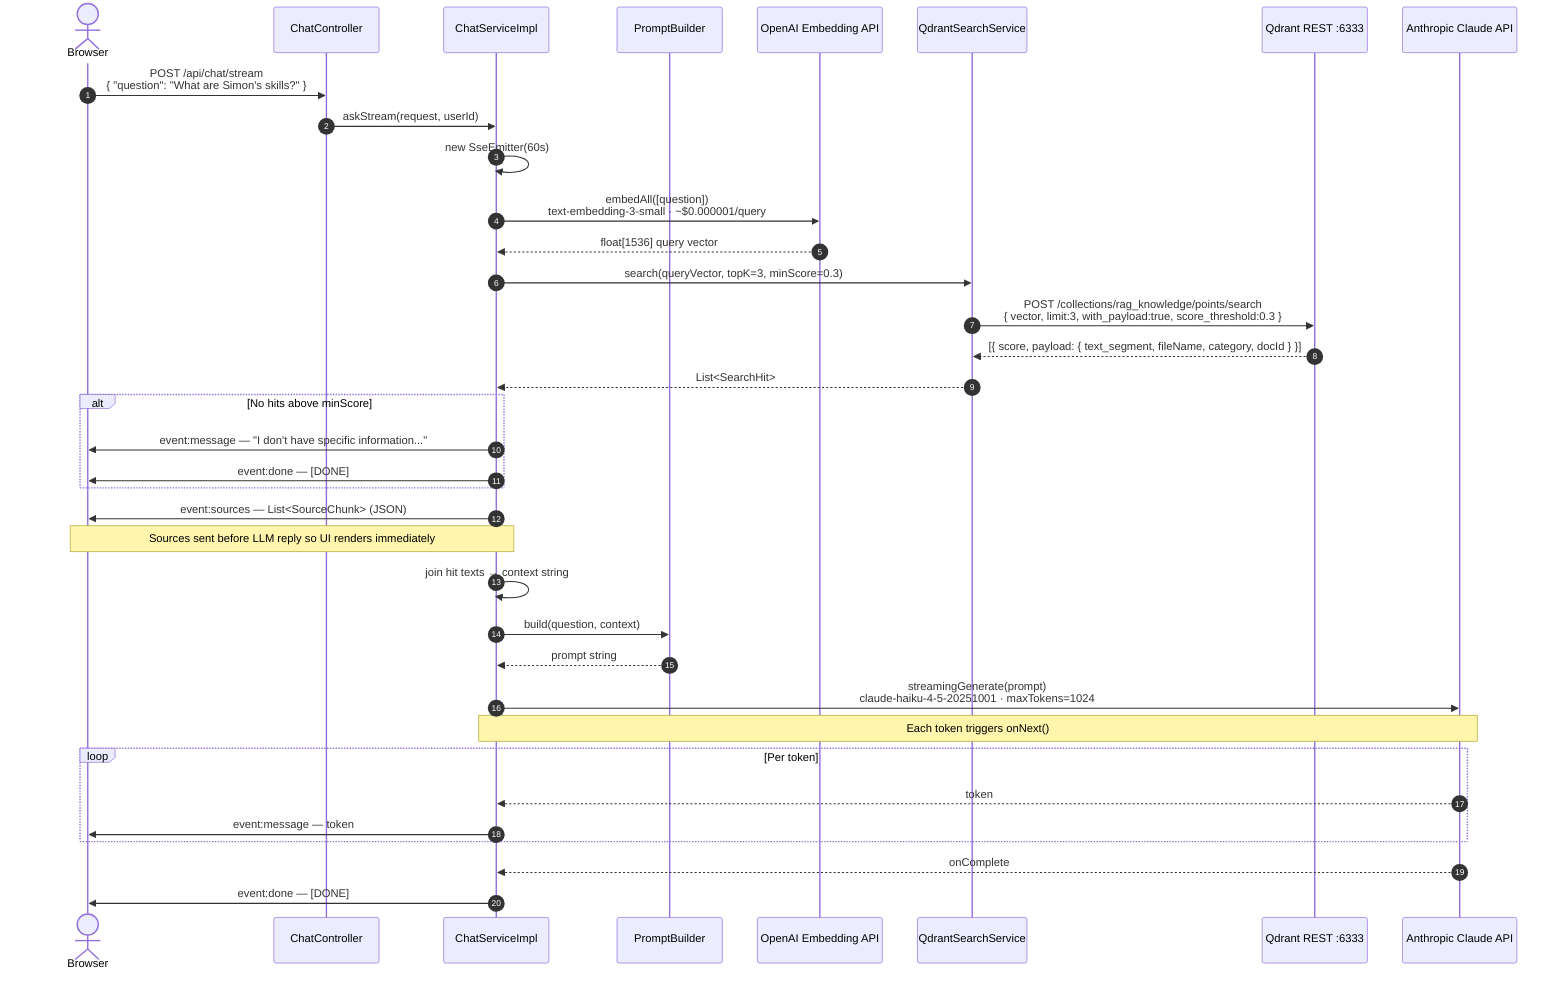
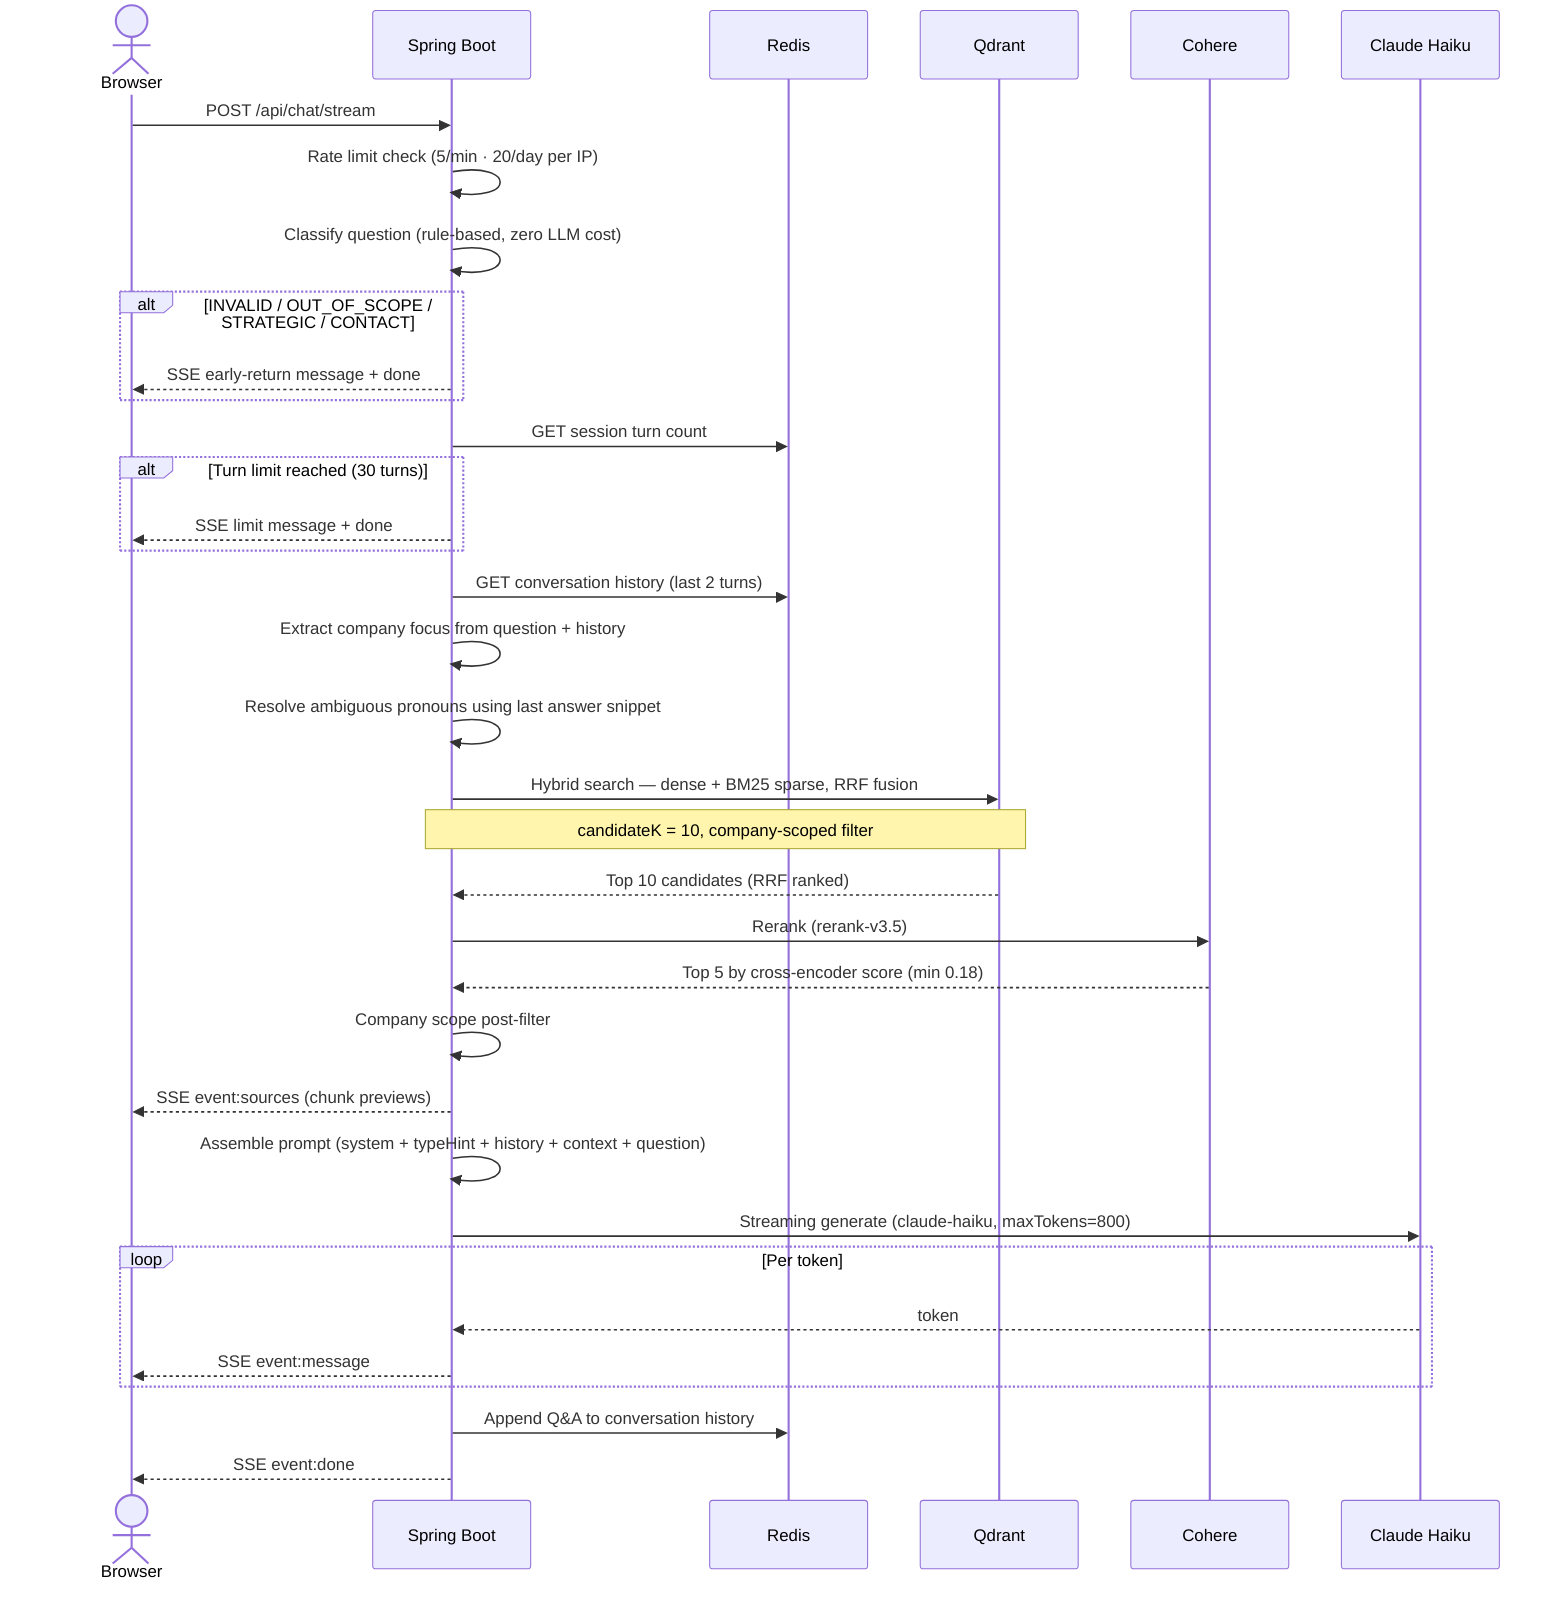
sequenceDiagram
-     autonumber
    actor Browser
-     participant CC as ChatController
-     participant CS as ChatServiceImpl
-     participant PB as PromptBuilder
-     participant OpenAI as OpenAI Embedding API
-     participant QS as QdrantSearchService
-     participant Qdrant as Qdrant REST :6333
-     participant Claude as Anthropic Claude API
+     participant API as Spring Boot
+     participant Redis
+     participant Qdrant
+     participant Cohere
+     participant Claude as Claude Haiku

-     Browser->>CC: POST /api/chat/stream<br/>{ "question": "What are Simon's skills?" }
-     CC->>CS: askStream(request, userId)
-     CS->>CS: new SseEmitter(60s)
+     Browser->>API: POST /api/chat/stream

-     CS->>OpenAI: embedAll([question])<br/>text-embedding-3-small · ~$0.000001/query
-     OpenAI-->>CS: float[1536] query vector
+     API->>API: Rate limit check (5/min · 20/day per IP)

-     CS->>QS: search(queryVector, topK=3, minScore=0.3)
-     QS->>Qdrant: POST /collections/rag_knowledge/points/search<br/>{ vector, limit:3, with_payload:true, score_threshold:0.3 }
-     Qdrant-->>QS: [{ score, payload: { text_segment, fileName, category, docId } }]
-     QS-->>CS: List<SearchHit>
- 
-     alt No hits above minScore
-         CS->>Browser: event:message — "I don't have specific information..."
-         CS->>Browser: event:done — [DONE]
+     API->>API: Classify question (rule-based, zero LLM cost)
+     alt INVALID / OUT_OF_SCOPE / STRATEGIC / CONTACT
+         API-->>Browser: SSE early-return message + done
    end

-     CS->>Browser: event:sources — List<SourceChunk> (JSON)
-     note over CS,Browser: Sources sent before LLM reply so UI renders immediately
+     API->>Redis: GET session turn count
+     alt Turn limit reached (30 turns)
+         API-->>Browser: SSE limit message + done
+     end

-     CS->>CS: join hit texts → context string
-     CS->>PB: build(question, context)
-     PB-->>CS: prompt string
+     API->>Redis: GET conversation history (last 2 turns)
+     API->>API: Extract company focus from question + history
+     API->>API: Resolve ambiguous pronouns using last answer snippet

-     CS->>Claude: streamingGenerate(prompt)<br/>claude-haiku-4-5-20251001 · maxTokens=1024
-     note over CS,Claude: Each token triggers onNext()
+     API->>Qdrant: Hybrid search — dense + BM25 sparse, RRF fusion
+     Note over API,Qdrant: candidateK = 10, company-scoped filter
+     Qdrant-->>API: Top 10 candidates (RRF ranked)
+ 
+     API->>Cohere: Rerank (rerank-v3.5)
+     Cohere-->>API: Top 5 by cross-encoder score (min 0.18)
+ 
+     API->>API: Company scope post-filter
+ 
+     API-->>Browser: SSE event:sources (chunk previews)
+ 
+     API->>API: Assemble prompt (system + typeHint + history + context + question)
+     API->>Claude: Streaming generate (claude-haiku, maxTokens=800)

    loop Per token
-         Claude-->>CS: token
-         CS->>Browser: event:message — token
+         Claude-->>API: token
+         API-->>Browser: SSE event:message
    end

-     Claude-->>CS: onComplete
-     CS->>Browser: event:done — [DONE]
+     API->>Redis: Append Q&A to conversation history
+     API-->>Browser: SSE event:done
